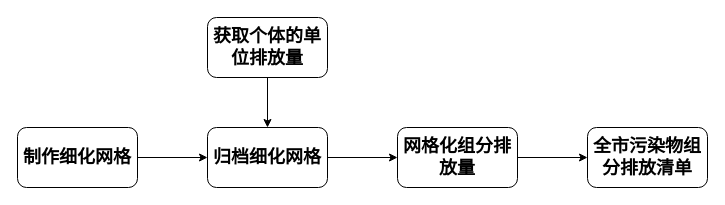
Above: 总体排放源清单流程.drawio in WienWong/Misc (draw.io), before the change. Source tidied: cells renumbered, new cells numbered last; positions are measured from the earlier drawing's top-left corner, leaving out a move shared by most shapes. Both pictures are drawn from the tidied source at 100%, with x=0, y=0 at pixel (17, 17).
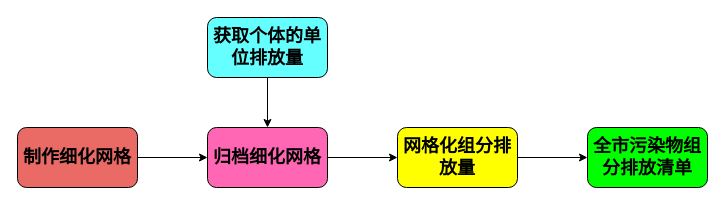
The same page after the edit.

Commit message:
Update 总体排放源清单流程.drawio

The edit, as a diff of the source:
```diff
@@
 <mxGraphModel>
   <root>
     <mxCell id="0" />
     <mxCell id="1" parent="0" />
     <mxCell id="2" style="edgeStyle=orthogonalEdgeStyle;rounded=0;jettySize=auto;html=1;exitX=1;exitY=0.5;exitDx=0;exitDy=0;entryX=0;entryY=0.5;entryDx=0;entryDy=0;" parent="1" edge="1" source="3" target="5">
       <mxGeometry relative="1" as="geometry" />
     </mxCell>
-    <mxCell id="3" value="&lt;b&gt;&lt;font style=&quot;font-size: 18px&quot;&gt;制作细化网格&lt;/font&gt;&lt;/b&gt;" style="rounded=1;whiteSpace=wrap;html=1;" parent="1" vertex="1">
+    <mxCell id="3" value="&lt;b&gt;&lt;font style=&quot;font-size: 18px&quot;&gt;制作细化网格&lt;/font&gt;&lt;/b&gt;" style="rounded=1;whiteSpace=wrap;html=1;fillColor=#EA6B66;" parent="1" vertex="1">
       <mxGeometry y="110" width="120" height="60" as="geometry" />
     </mxCell>
     <mxCell id="4" style="edgeStyle=orthogonalEdgeStyle;rounded=0;jettySize=auto;html=1;exitX=1;exitY=0.5;exitDx=0;exitDy=0;entryX=0;entryY=0.5;entryDx=0;entryDy=0;" parent="1" edge="1" source="5" target="9">
       <mxGeometry relative="1" as="geometry" />
     </mxCell>
-    <mxCell id="5" value="&lt;b&gt;&lt;font style=&quot;font-size: 18px&quot;&gt;归档细化网格&lt;/font&gt;&lt;/b&gt;" style="rounded=1;whiteSpace=wrap;html=1;" parent="1" vertex="1">
+    <mxCell id="5" value="&lt;b&gt;&lt;font style=&quot;font-size: 18px&quot;&gt;归档细化网格&lt;/font&gt;&lt;/b&gt;" style="rounded=1;whiteSpace=wrap;html=1;fillColor=#FF66B3;" parent="1" vertex="1">
       <mxGeometry x="190" y="110" width="120" height="60" as="geometry" />
     </mxCell>
     <mxCell id="6" style="edgeStyle=orthogonalEdgeStyle;rounded=0;jettySize=auto;html=1;exitX=0.5;exitY=1;exitDx=0;exitDy=0;" parent="1" edge="1" source="7" target="5">
       <mxGeometry relative="1" as="geometry" />
     </mxCell>
-    <mxCell id="7" value="&lt;b&gt;&lt;font style=&quot;font-size: 18px&quot;&gt;获取个体的单位排放量&lt;/font&gt;&lt;/b&gt;" style="rounded=1;whiteSpace=wrap;html=1;" parent="1" vertex="1">
+    <mxCell id="7" value="&lt;b&gt;&lt;font style=&quot;font-size: 18px&quot;&gt;获取个体的单位排放量&lt;/font&gt;&lt;/b&gt;" style="rounded=1;whiteSpace=wrap;html=1;fillColor=#66FFFF;" parent="1" vertex="1">
       <mxGeometry x="190" width="120" height="60" as="geometry" />
     </mxCell>
     <mxCell id="8" style="edgeStyle=orthogonalEdgeStyle;rounded=0;jettySize=auto;html=1;exitX=1;exitY=0.5;exitDx=0;exitDy=0;entryX=0;entryY=0.5;entryDx=0;entryDy=0;" parent="1" edge="1" source="9" target="10">
       <mxGeometry relative="1" as="geometry" />
     </mxCell>
-    <mxCell id="9" value="&lt;b&gt;&lt;font style=&quot;font-size: 18px&quot;&gt;网格化组分排放量&lt;/font&gt;&lt;/b&gt;" style="rounded=1;whiteSpace=wrap;html=1;" parent="1" vertex="1">
+    <mxCell id="9" value="&lt;b&gt;&lt;font style=&quot;font-size: 18px&quot;&gt;网格化组分排放量&lt;/font&gt;&lt;/b&gt;" style="rounded=1;whiteSpace=wrap;html=1;fillColor=#FFFF00;" parent="1" vertex="1">
       <mxGeometry x="380" y="110" width="120" height="60" as="geometry" />
     </mxCell>
-    <mxCell id="10" value="&lt;b&gt;&lt;font style=&quot;font-size: 18px&quot;&gt;全市污染物组分排放清单&lt;/font&gt;&lt;/b&gt;" style="rounded=1;whiteSpace=wrap;html=1;" parent="1" vertex="1">
+    <mxCell id="10" value="&lt;b&gt;&lt;font style=&quot;font-size: 18px&quot;&gt;全市污染物组分排放清单&lt;/font&gt;&lt;/b&gt;" style="rounded=1;whiteSpace=wrap;html=1;fillColor=#00FF00;" parent="1" vertex="1">
       <mxGeometry x="570" y="110" width="120" height="60" as="geometry" />
     </mxCell>
   </root>
 </mxGraphModel>
```
